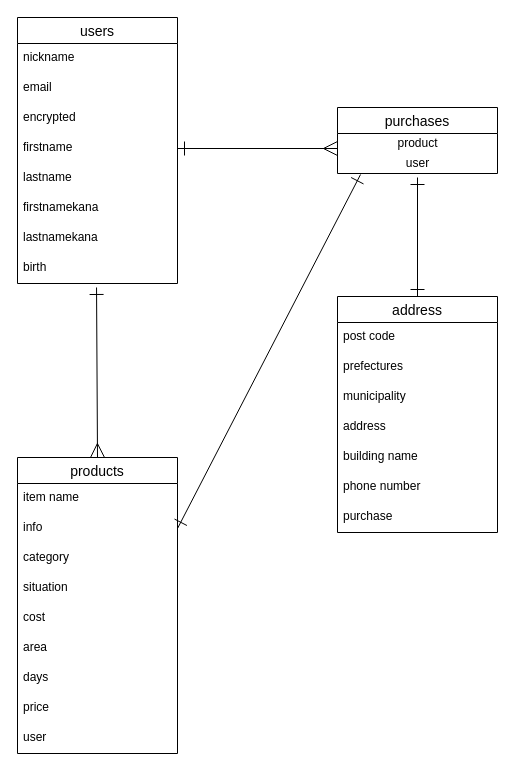
Above: datebace.dio in Wataru0530/furima-38329 (draw.io), before the change. Source tidied: cells renumbered, new cells numbered last; positions are measured from the earlier drawing's top-left corner, leaving out a move shared by most shapes. Both pictures are drawn from the tidied source at 100%, with x=0, y=0 at pixel (17, 17).
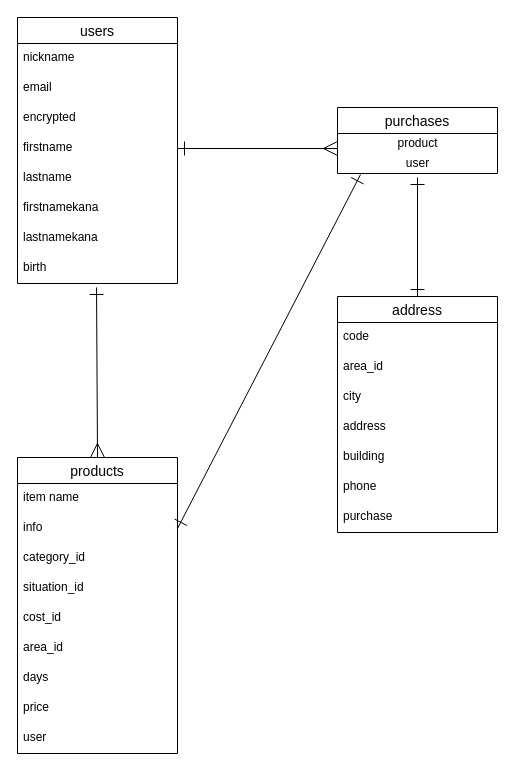
Above is the later version.

The change refers to these unchanged cells:
```xml
<mxCell id="12" value="products" style="swimlane;fontStyle=0;horizontal=1;startSize=26;align=center;fontSize=14;" parent="1" vertex="1">
  <mxGeometry y="440" width="160" height="296" as="geometry" />
</mxCell>
<mxCell id="26" value="address" style="swimlane;fontStyle=0;horizontal=1;startSize=26;align=center;fontSize=14;" parent="1" vertex="1">
  <mxGeometry x="320" y="279" width="160" height="236" as="geometry" />
</mxCell>
```

Diff of the diagram source:
```diff
@@
-    <mxCell id="15" value="category" style="text;strokeColor=none;fillColor=none;spacingLeft=4;spacingRight=4;overflow=hidden;fontSize=12;" parent="12" vertex="1">
+    <mxCell id="15" value="category_id" style="text;strokeColor=none;fillColor=none;spacingLeft=4;spacingRight=4;overflow=hidden;fontSize=12;" parent="12" vertex="1">
       <mxGeometry y="86" width="160" height="30" as="geometry" />
     </mxCell>
-    <mxCell id="16" value="situation" style="text;strokeColor=none;fillColor=none;spacingLeft=4;spacingRight=4;overflow=hidden;fontSize=12;" parent="12" vertex="1">
+    <mxCell id="16" value="situation_id" style="text;strokeColor=none;fillColor=none;spacingLeft=4;spacingRight=4;overflow=hidden;fontSize=12;" parent="12" vertex="1">
       <mxGeometry y="116" width="160" height="30" as="geometry" />
     </mxCell>
-    <mxCell id="17" value="cost" style="text;strokeColor=none;fillColor=none;spacingLeft=4;spacingRight=4;overflow=hidden;fontSize=12;" parent="12" vertex="1">
+    <mxCell id="17" value="cost_id" style="text;strokeColor=none;fillColor=none;spacingLeft=4;spacingRight=4;overflow=hidden;fontSize=12;" parent="12" vertex="1">
       <mxGeometry y="146" width="160" height="30" as="geometry" />
     </mxCell>
-    <mxCell id="18" value="area" style="text;strokeColor=none;fillColor=none;spacingLeft=4;spacingRight=4;overflow=hidden;fontSize=12;" parent="12" vertex="1">
+    <mxCell id="18" value="area_id" style="text;strokeColor=none;fillColor=none;spacingLeft=4;spacingRight=4;overflow=hidden;fontSize=12;" parent="12" vertex="1">
       <mxGeometry y="176" width="160" height="30" as="geometry" />
     </mxCell>
@@
-    <mxCell id="27" value="post code" style="text;strokeColor=none;fillColor=none;spacingLeft=4;spacingRight=4;overflow=hidden;fontSize=12;" parent="26" vertex="1">
+    <mxCell id="27" value="code" style="text;strokeColor=none;fillColor=none;spacingLeft=4;spacingRight=4;overflow=hidden;fontSize=12;" parent="26" vertex="1">
       <mxGeometry y="26" width="160" height="30" as="geometry" />
     </mxCell>
-    <mxCell id="28" value="prefectures" style="text;strokeColor=none;fillColor=none;spacingLeft=4;spacingRight=4;overflow=hidden;fontSize=12;" parent="26" vertex="1">
+    <mxCell id="28" value="area_id" style="text;strokeColor=none;fillColor=none;spacingLeft=4;spacingRight=4;overflow=hidden;fontSize=12;" parent="26" vertex="1">
       <mxGeometry y="56" width="160" height="30" as="geometry" />
     </mxCell>
-    <mxCell id="29" value="municipality" style="text;strokeColor=none;fillColor=none;spacingLeft=4;spacingRight=4;overflow=hidden;fontSize=12;" parent="26" vertex="1">
+    <mxCell id="29" value="city" style="text;strokeColor=none;fillColor=none;spacingLeft=4;spacingRight=4;overflow=hidden;fontSize=12;" parent="26" vertex="1">
       <mxGeometry y="86" width="160" height="30" as="geometry" />
     </mxCell>
@@
-    <mxCell id="31" value="building name" style="text;strokeColor=none;fillColor=none;spacingLeft=4;spacingRight=4;overflow=hidden;fontSize=12;" parent="26" vertex="1">
+    <mxCell id="31" value="building" style="text;strokeColor=none;fillColor=none;spacingLeft=4;spacingRight=4;overflow=hidden;fontSize=12;" parent="26" vertex="1">
       <mxGeometry y="146" width="160" height="30" as="geometry" />
     </mxCell>
-    <mxCell id="32" value="phone number" style="text;strokeColor=none;fillColor=none;spacingLeft=4;spacingRight=4;overflow=hidden;fontSize=12;" parent="26" vertex="1">
+    <mxCell id="32" value="phone " style="text;strokeColor=none;fillColor=none;spacingLeft=4;spacingRight=4;overflow=hidden;fontSize=12;" parent="26" vertex="1">
       <mxGeometry y="176" width="160" height="30" as="geometry" />
     </mxCell>
```
